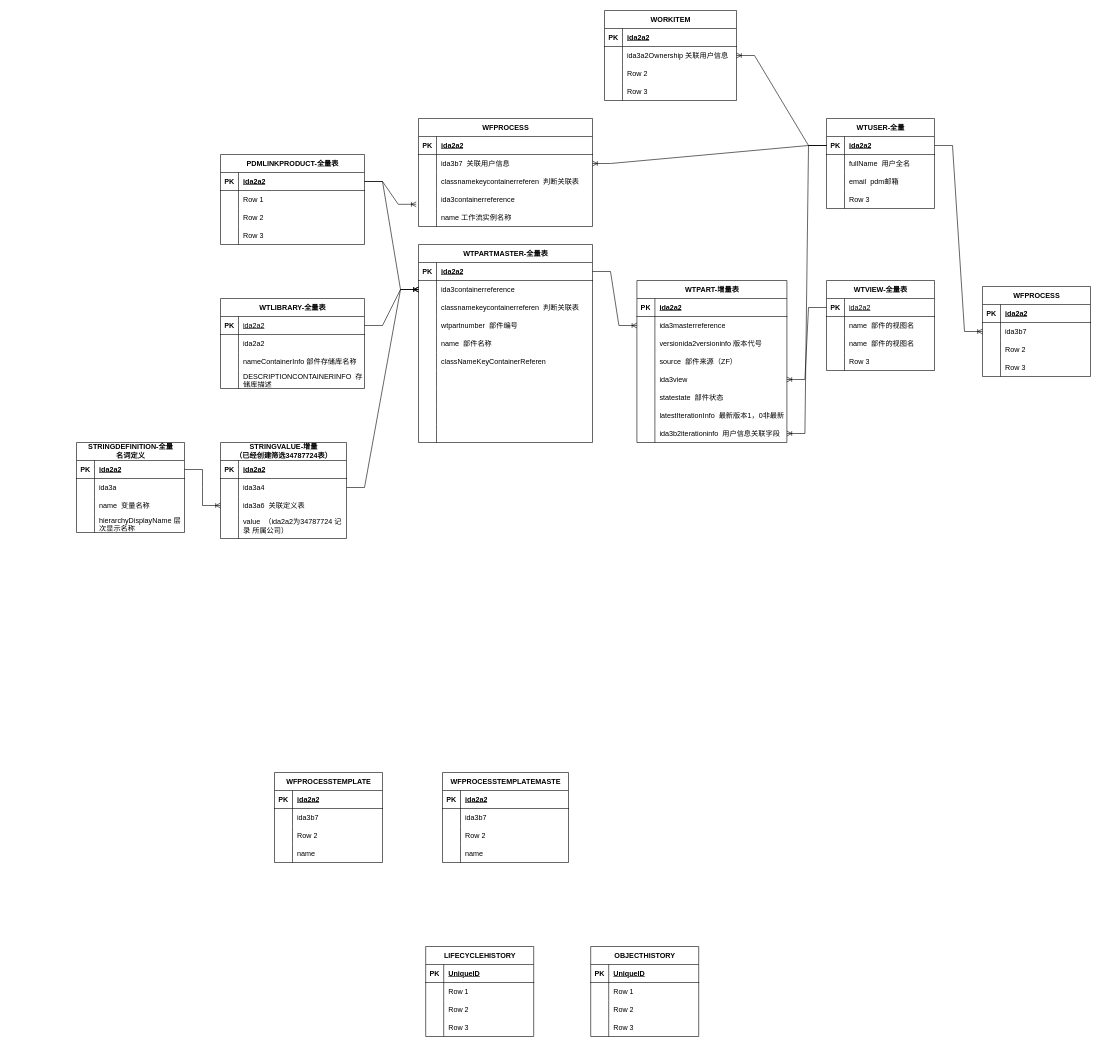
Before: pdm数据结构.drawio in fxfng/hello-world, a draw.io diagram. Source tidied: cells renumbered, new cells numbered last; positions are measured from the earlier drawing's top-left corner, leaving out a move shared by most shapes. Both pictures are drawn from the tidied source at 60%, with x=0, y=0 at pixel (76, 10).
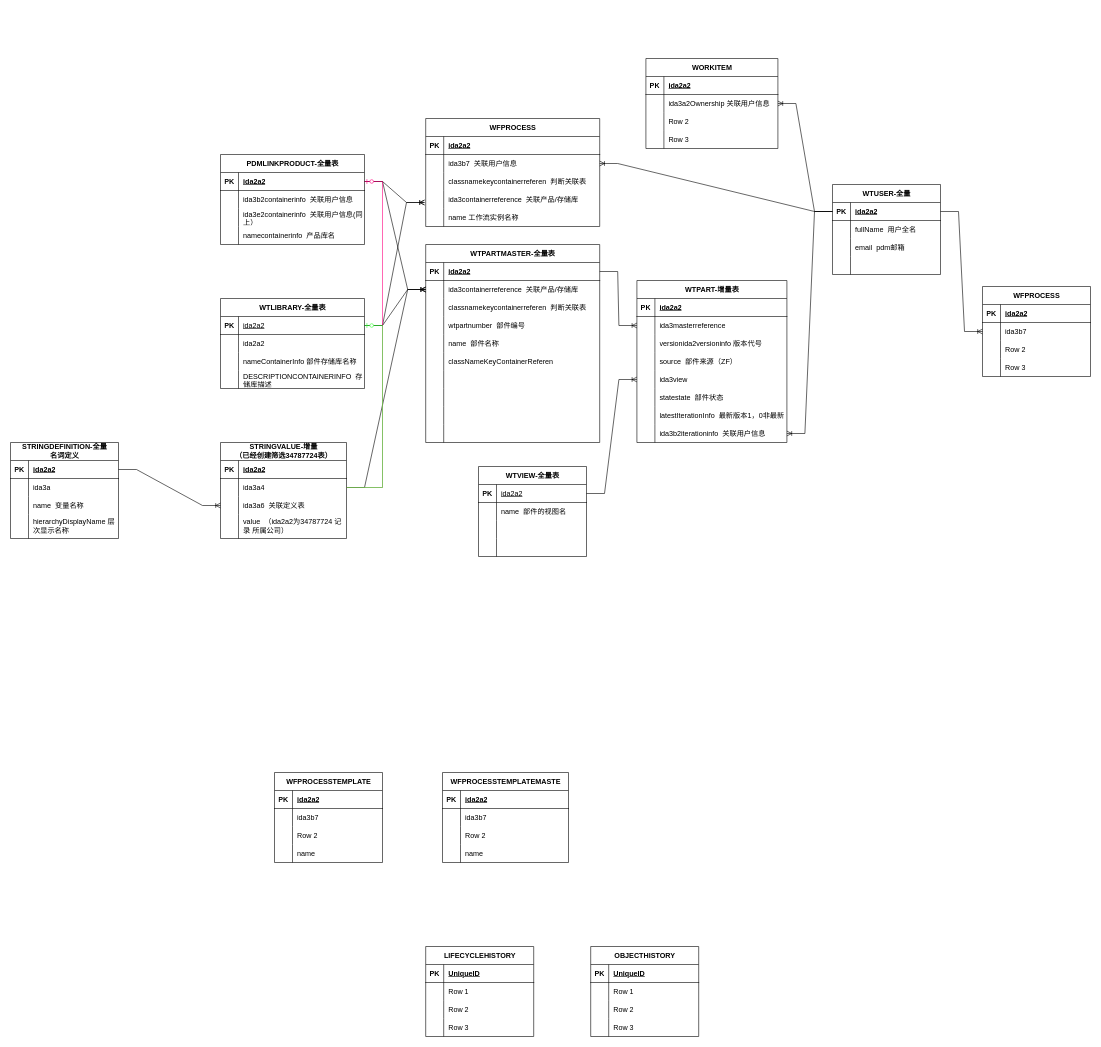
Above is the later version.

Commit message:
更新pdm数据结构.drawio

Unchanged cells that the change refers to:
```xml
<mxCell id="15" style="shape=tableRow;horizontal=0;startSize=0;swimlaneHead=0;swimlaneBody=0;fillColor=none;points=[[0,0.5],[1,0.5]];portConstraint=eastwest;top=0;left=0;right=0;bottom=0;" parent="2" vertex="1">
  <mxGeometry y="150" width="250" height="30" as="geometry" />
</mxCell>
<mxCell id="24" style="shape=tableRow;horizontal=0;startSize=0;swimlaneHead=0;swimlaneBody=0;fillColor=none;points=[[0,0.5],[1,0.5]];portConstraint=eastwest;top=0;left=0;right=0;bottom=0;" parent="2" vertex="1">
  <mxGeometry y="240" width="250" height="30" as="geometry" />
</mxCell>
<mxCell id="44" style="shape=tableRow;horizontal=0;startSize=0;swimlaneHead=0;swimlaneBody=0;fillColor=none;points=[[0,0.5],[1,0.5]];portConstraint=eastwest;top=0;left=0;right=0;bottom=0;" parent="40" vertex="1">
  <mxGeometry y="60" width="290" height="30" as="geometry" />
</mxCell>
<mxCell id="75" style="shape=tableRow;horizontal=0;startSize=0;swimlaneHead=0;swimlaneBody=0;fillColor=none;points=[[0,0.5],[1,0.5]];portConstraint=eastwest;top=0;left=0;right=0;bottom=0;" parent="71" vertex="1">
  <mxGeometry y="60" width="210" height="30" as="geometry" />
</mxCell>
<mxCell id="85" style="shape=tableRow;horizontal=0;startSize=0;swimlaneHead=0;swimlaneBody=0;fillColor=none;points=[[0,0.5],[1,0.5]];portConstraint=eastwest;top=0;left=0;right=0;bottom=1;" parent="84" vertex="1">
  <mxGeometry y="30" width="240" height="30" as="geometry" />
</mxCell>
<mxCell id="88" style="shape=tableRow;horizontal=0;startSize=0;swimlaneHead=0;swimlaneBody=0;fillColor=none;top=0;left=0;right=0;bottom=0;" parent="84" vertex="1">
  <mxGeometry y="60" width="240" height="30" as="geometry" />
</mxCell>
<mxCell id="91" style="shape=tableRow;horizontal=0;startSize=0;swimlaneHead=0;swimlaneBody=0;fillColor=none;top=0;left=0;right=0;bottom=0;" parent="84" vertex="1">
  <mxGeometry y="90" width="240" height="30" as="geometry" />
</mxCell>
<mxCell id="94" style="shape=tableRow;horizontal=0;startSize=0;swimlaneHead=0;swimlaneBody=0;fillColor=none;top=0;left=0;right=0;bottom=0;" parent="84" vertex="1">
  <mxGeometry y="120" width="240" height="30" as="geometry" />
</mxCell>
<mxCell id="111" style="shape=tableRow;horizontal=0;startSize=0;swimlaneHead=0;swimlaneBody=0;fillColor=none;points=[[0,0.5],[1,0.5]];portConstraint=eastwest;top=0;left=0;right=0;bottom=1;" parent="110" vertex="1">
  <mxGeometry y="30" width="180" height="30" as="geometry" />
</mxCell>
<mxCell id="117" style="shape=tableRow;horizontal=0;startSize=0;swimlaneHead=0;swimlaneBody=0;fillColor=none;top=0;left=0;right=0;bottom=0;" parent="110" vertex="1">
  <mxGeometry y="90" width="180" height="30" as="geometry" />
</mxCell>
<mxCell id="120" style="shape=tableRow;horizontal=0;startSize=0;swimlaneHead=0;swimlaneBody=0;fillColor=none;top=0;left=0;right=0;bottom=0;" parent="110" vertex="1">
  <mxGeometry y="120" width="180" height="30" as="geometry" />
</mxCell>
<mxCell id="137" style="shape=tableRow;horizontal=0;startSize=0;swimlaneHead=0;swimlaneBody=0;fillColor=none;points=[[0,0.5],[1,0.5]];portConstraint=eastwest;top=0;left=0;right=0;bottom=1;" parent="136" vertex="1">
  <mxGeometry y="30" width="240" height="30" as="geometry" />
</mxCell>
<mxCell id="161" style="shape=tableRow;horizontal=0;startSize=0;swimlaneHead=0;swimlaneBody=0;fillColor=none;top=0;left=0;right=0;bottom=0;" parent="151" vertex="1">
  <mxGeometry y="120" width="180" height="30" as="geometry" />
</mxCell>
<mxCell id="193" style="shape=tableRow;horizontal=0;startSize=0;swimlaneHead=0;swimlaneBody=0;fillColor=none;points=[[0,0.5],[1,0.5]];portConstraint=eastwest;top=0;left=0;right=0;bottom=0;" parent="183" vertex="1">
  <mxGeometry y="120" width="290" height="30" as="geometry" />
</mxCell>
```

Diff of the diagram source:
```diff
@@
-    <mxCell id="26" value="ida3b2iterationinfo&amp;nbsp; 用户信息关联字段" style="shape=partialRectangle;fillColor=none;top=0;left=0;bottom=0;right=0;align=left;spacingLeft=6;overflow=hidden;whiteSpace=wrap;html=1;" parent="24" vertex="1">
+    <mxCell id="26" value="ida3b2iterationinfo&amp;nbsp; 关联用户信息" style="shape=partialRectangle;fillColor=none;top=0;left=0;bottom=0;right=0;align=left;spacingLeft=6;overflow=hidden;whiteSpace=wrap;html=1;" parent="24" vertex="1">
       <mxGeometry x="30" width="220" height="30" as="geometry" />
     </mxCell>
     <mxCell id="27" value="STRINGDEFINITION-全量&lt;div&gt;名词定义&lt;/div&gt;" style="shape=table;startSize=30;childLayout=tableLayout;rowLines=0;fontStyle=1;align=center;html=1;" parent="1" vertex="1">
-      <mxGeometry y="720" width="180" height="150" as="geometry" />
+      <mxGeometry x="-110" y="720" width="180" height="160" as="geometry" />
     </mxCell>
@@
     <mxCell id="37" style="shape=tableRow;horizontal=0;startSize=0;swimlaneHead=0;swimlaneBody=0;fillColor=none;top=0;left=0;right=0;bottom=0;" parent="27" vertex="1">
-      <mxGeometry y="120" width="180" height="30" as="geometry" />
+      <mxGeometry y="120" width="180" height="40" as="geometry" />
     </mxCell>
     <mxCell id="38" style="shape=partialRectangle;fillColor=none;top=0;left=0;bottom=0;right=0;overflow=hidden;whiteSpace=wrap;html=1;" parent="37" vertex="1">
-      <mxGeometry width="30" height="30" as="geometry" />
+      <mxGeometry width="30" height="40" as="geometry" />
     </mxCell>
     <mxCell id="39" value="hierarchyDisplayName 层次显示名称" style="shape=partialRectangle;fillColor=none;top=0;left=0;bottom=0;right=0;align=left;spacingLeft=6;overflow=hidden;whiteSpace=wrap;html=1;" parent="37" vertex="1">
-      <mxGeometry x="30" width="150" height="30" as="geometry" />
+      <mxGeometry x="30" width="150" height="40" as="geometry" />
     </mxCell>
     <mxCell id="40" value="WTPARTMASTER-全量表" style="shape=table;startSize=30;childLayout=tableLayout;rowLines=0;fontStyle=1;align=center;html=1;" parent="1" vertex="1">
-      <mxGeometry x="570" y="390" width="290" height="330" as="geometry" />
+      <mxGeometry x="582" y="390" width="290" height="330" as="geometry" />
     </mxCell>
@@
-    <mxCell id="46" value="ida3containerreference&amp;nbsp;" style="shape=partialRectangle;fillColor=none;top=0;left=0;bottom=0;right=0;align=left;spacingLeft=6;overflow=hidden;whiteSpace=wrap;html=1;" parent="44" vertex="1">
+    <mxCell id="46" value="ida3containerreference&amp;nbsp; 关联产品/存储库" style="shape=partialRectangle;fillColor=none;top=0;left=0;bottom=0;right=0;align=left;spacingLeft=6;overflow=hidden;whiteSpace=wrap;html=1;" parent="44" vertex="1">
       <mxGeometry x="30" width="260" height="30" as="geometry" />
     </mxCell>
@@
-    <mxCell id="90" value="Row 1" style="shape=partialRectangle;fillColor=none;top=0;left=0;bottom=0;right=0;align=left;spacingLeft=6;overflow=hidden;whiteSpace=wrap;html=1;" parent="88" vertex="1">
+    <mxCell id="90" value="ida3b2containerinfo&amp;nbsp; 关联用户信息" style="shape=partialRectangle;fillColor=none;top=0;left=0;bottom=0;right=0;align=left;spacingLeft=6;overflow=hidden;whiteSpace=wrap;html=1;" parent="88" vertex="1">
       <mxGeometry x="30" width="210" height="30" as="geometry" />
     </mxCell>
@@
-    <mxCell id="93" value="Row 2" style="shape=partialRectangle;fillColor=none;top=0;left=0;bottom=0;right=0;align=left;spacingLeft=6;overflow=hidden;whiteSpace=wrap;html=1;" parent="91" vertex="1">
+    <mxCell id="93" value="ida3e2containerinfo&amp;nbsp; 关联用户信息(同上）" style="shape=partialRectangle;fillColor=none;top=0;left=0;bottom=0;right=0;align=left;spacingLeft=6;overflow=hidden;whiteSpace=wrap;html=1;" parent="91" vertex="1">
       <mxGeometry x="30" width="210" height="30" as="geometry" />
     </mxCell>
@@
-    <mxCell id="96" value="Row 3" style="shape=partialRectangle;fillColor=none;top=0;left=0;bottom=0;right=0;align=left;spacingLeft=6;overflow=hidden;whiteSpace=wrap;html=1;" parent="94" vertex="1">
+    <mxCell id="96" value="namecontainerinfo&amp;nbsp; 产品库名" style="shape=partialRectangle;fillColor=none;top=0;left=0;bottom=0;right=0;align=left;spacingLeft=6;overflow=hidden;whiteSpace=wrap;html=1;" parent="94" vertex="1">
       <mxGeometry x="30" width="210" height="30" as="geometry" />
     </mxCell>
@@
     <mxCell id="110" value="WTVIEW-全量表" style="shape=table;startSize=30;childLayout=tableLayout;rowLines=0;fontStyle=1;align=center;html=1;" parent="1" vertex="1">
-      <mxGeometry x="1250" y="450" width="180" height="150" as="geometry" />
+      <mxGeometry x="670" y="760" width="180" height="150" as="geometry" />
     </mxCell>
@@
-    <mxCell id="119" value="name&amp;nbsp; 部件的视图名" style="shape=partialRectangle;fillColor=none;top=0;left=0;bottom=0;right=0;align=left;spacingLeft=6;overflow=hidden;whiteSpace=wrap;html=1;" parent="117" vertex="1">
+    <mxCell id="119" style="shape=partialRectangle;fillColor=none;top=0;left=0;bottom=0;right=0;align=left;spacingLeft=6;overflow=hidden;whiteSpace=wrap;html=1;" parent="117" vertex="1">
       <mxGeometry x="30" width="150" height="30" as="geometry" />
     </mxCell>
@@
-    <mxCell id="122" value="Row 3" style="shape=partialRectangle;fillColor=none;top=0;left=0;bottom=0;right=0;align=left;spacingLeft=6;overflow=hidden;whiteSpace=wrap;html=1;" parent="120" vertex="1">
+    <mxCell id="122" style="shape=partialRectangle;fillColor=none;top=0;left=0;bottom=0;right=0;align=left;spacingLeft=6;overflow=hidden;whiteSpace=wrap;html=1;" parent="120" vertex="1">
       <mxGeometry x="30" width="150" height="30" as="geometry" />
     </mxCell>
@@
-    <mxCell id="150" style="edgeStyle=entityRelationEdgeStyle;fontSize=12;html=1;endArrow=ERoneToMany;rounded=0;entryX=1;entryY=0.5;entryDx=0;entryDy=0;exitX=0;exitY=0.5;exitDx=0;exitDy=0;" parent="1" edge="1" source="111" target="15">
+    <mxCell id="150" style="edgeStyle=entityRelationEdgeStyle;fontSize=12;html=1;endArrow=ERoneToMany;rounded=0;entryX=0;entryY=0.5;entryDx=0;entryDy=0;exitX=1;exitY=0.5;exitDx=0;exitDy=0;" parent="1" edge="1" source="111" target="15">
       <mxGeometry relative="1" as="geometry" />
     </mxCell>
     <mxCell id="151" value="WTUSER-全量" style="shape=table;startSize=30;childLayout=tableLayout;rowLines=0;fontStyle=1;align=center;html=1;" parent="1" vertex="1">
-      <mxGeometry x="1250" y="180" width="180" height="150" as="geometry" />
+      <mxGeometry x="1260" y="290" width="180" height="150" as="geometry" />
     </mxCell>
@@
-    <mxCell id="163" value="Row 3" style="shape=partialRectangle;fillColor=none;top=0;left=0;bottom=0;right=0;align=left;spacingLeft=6;overflow=hidden;whiteSpace=wrap;html=1;" parent="161" vertex="1">
+    <mxCell id="163" style="shape=partialRectangle;fillColor=none;top=0;left=0;bottom=0;right=0;align=left;spacingLeft=6;overflow=hidden;whiteSpace=wrap;html=1;" parent="161" vertex="1">
       <mxGeometry x="30" width="150" height="30" as="geometry" />
     </mxCell>
@@
     <mxCell id="165" value="WORKITEM" style="shape=table;startSize=30;childLayout=tableLayout;rowLines=0;fontStyle=1;align=center;html=1;" parent="1" vertex="1">
-      <mxGeometry x="880" width="220" height="150" as="geometry" />
+      <mxGeometry x="949" y="80" width="220" height="150" as="geometry" />
     </mxCell>
@@
     <mxCell id="183" value="WFPROCESS" style="shape=table;startSize=30;childLayout=tableLayout;rowLines=0;fontStyle=1;align=center;html=1;" parent="1" vertex="1">
-      <mxGeometry x="570" y="180" width="290" height="180" as="geometry" />
+      <mxGeometry x="582" y="180" width="290" height="180" as="geometry" />
     </mxCell>
@@
-    <mxCell id="195" value="ida3containerreference&amp;nbsp;" style="shape=partialRectangle;fillColor=none;top=0;left=0;bottom=0;right=0;align=left;spacingLeft=6;overflow=hidden;whiteSpace=wrap;html=1;" parent="193" vertex="1">
+    <mxCell id="195" value="ida3containerreference&amp;nbsp; 关联产品/存储库" style="shape=partialRectangle;fillColor=none;top=0;left=0;bottom=0;right=0;align=left;spacingLeft=6;overflow=hidden;whiteSpace=wrap;html=1;" parent="193" vertex="1">
       <mxGeometry x="30" width="260" height="30" as="geometry" />
     </mxCell>
@@
-    <mxCell id="240" style="edgeStyle=entityRelationEdgeStyle;fontSize=12;html=1;endArrow=ERoneToMany;rounded=0;entryX=-0.013;entryY=0.767;entryDx=0;entryDy=0;exitX=1;exitY=0.5;exitDx=0;exitDy=0;entryPerimeter=0;" parent="1" edge="1" source="85" target="193">
+    <mxCell id="240" style="edgeStyle=entityRelationEdgeStyle;fontSize=12;html=1;endArrow=ERoneToMany;rounded=0;exitX=1;exitY=0.5;exitDx=0;exitDy=0;" parent="1" edge="1" source="85">
       <mxGeometry relative="1" as="geometry">
+        <mxPoint x="580" y="320" as="targetPoint" />
         <Array as="points">
           <mxPoint x="614" y="205" />
         </Array>
       </mxGeometry>
     </mxCell>
+    <mxCell id="241" style="edgeStyle=entityRelationEdgeStyle;fontSize=12;html=1;endArrow=ERoneToMany;rounded=0;entryX=-0.007;entryY=0.667;entryDx=0;entryDy=0;exitX=1;exitY=0.5;exitDx=0;exitDy=0;entryPerimeter=0;" parent="1" edge="1" source="137" target="193">
+      <mxGeometry relative="1" as="geometry">
+        <Array as="points">
+          <mxPoint x="624" y="170" />
+        </Array>
+      </mxGeometry>
+    </mxCell>
+    <mxCell id="242" style="edgeStyle=entityRelationEdgeStyle;fontSize=12;html=1;endArrow=ERzeroToOne;endFill=1;rounded=0;exitX=1;exitY=0.5;exitDx=0;exitDy=0;strokeColor=#FF0080;" parent="1" edge="1" source="75" target="85">
+      <mxGeometry relative="1" as="geometry" />
+    </mxCell>
+    <mxCell id="243" style="edgeStyle=entityRelationEdgeStyle;fontSize=12;html=1;endArrow=ERzeroToOne;endFill=1;rounded=0;strokeColor=#33FF33;" parent="1" edge="1" source="75" target="137">
+      <mxGeometry relative="1" as="geometry" />
+    </mxCell>
```
